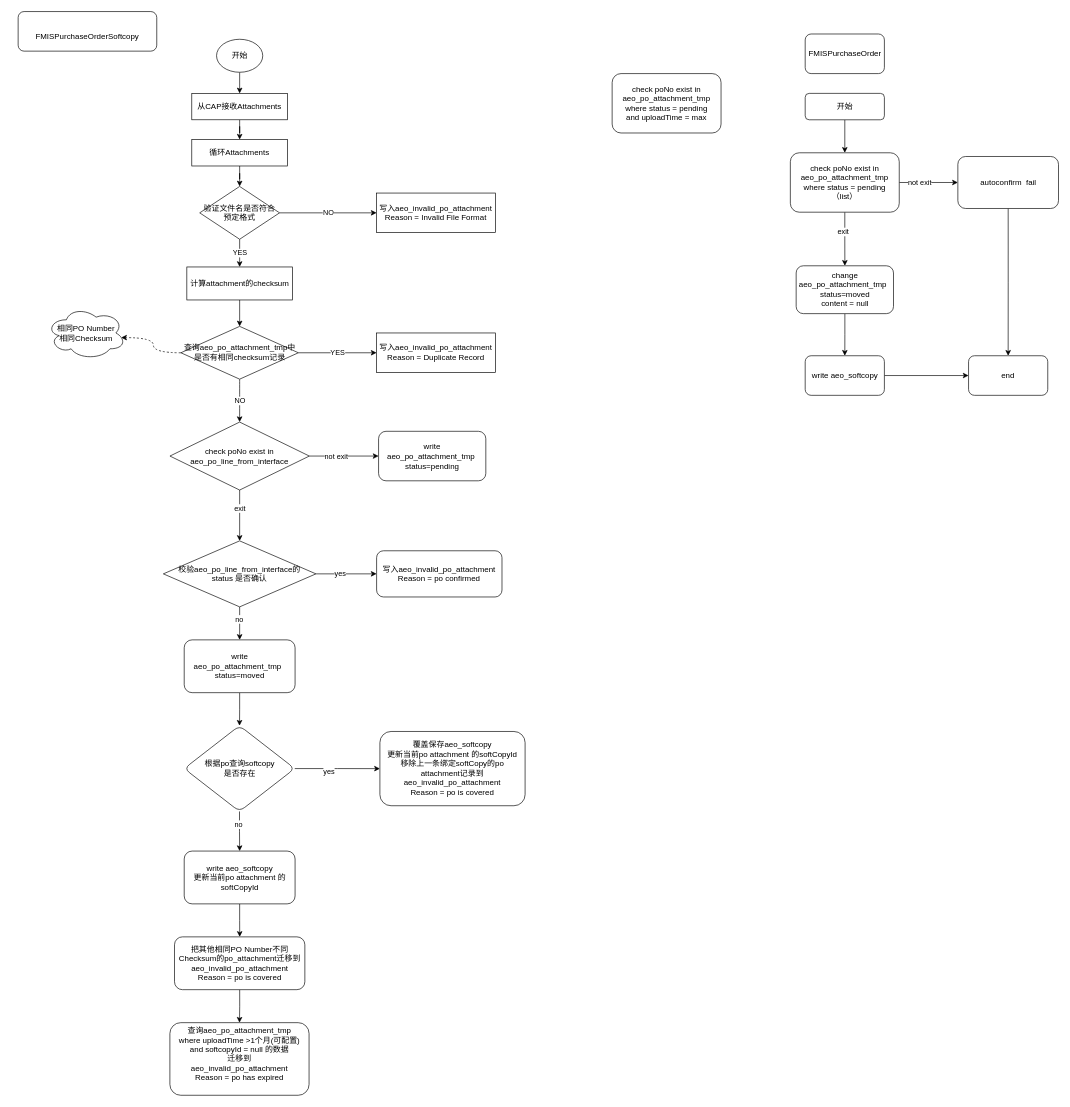
The draw.io diagram po_atta.drawio in 1119132473/doc, before the edit. Source tidied: cells renumbered, new cells numbered last; positions are measured from the earlier drawing's top-left corner, leaving out a move shared by most shapes. Both pictures are drawn from the tidied source at 66%, with x=0, y=0 at pixel (18, 11).
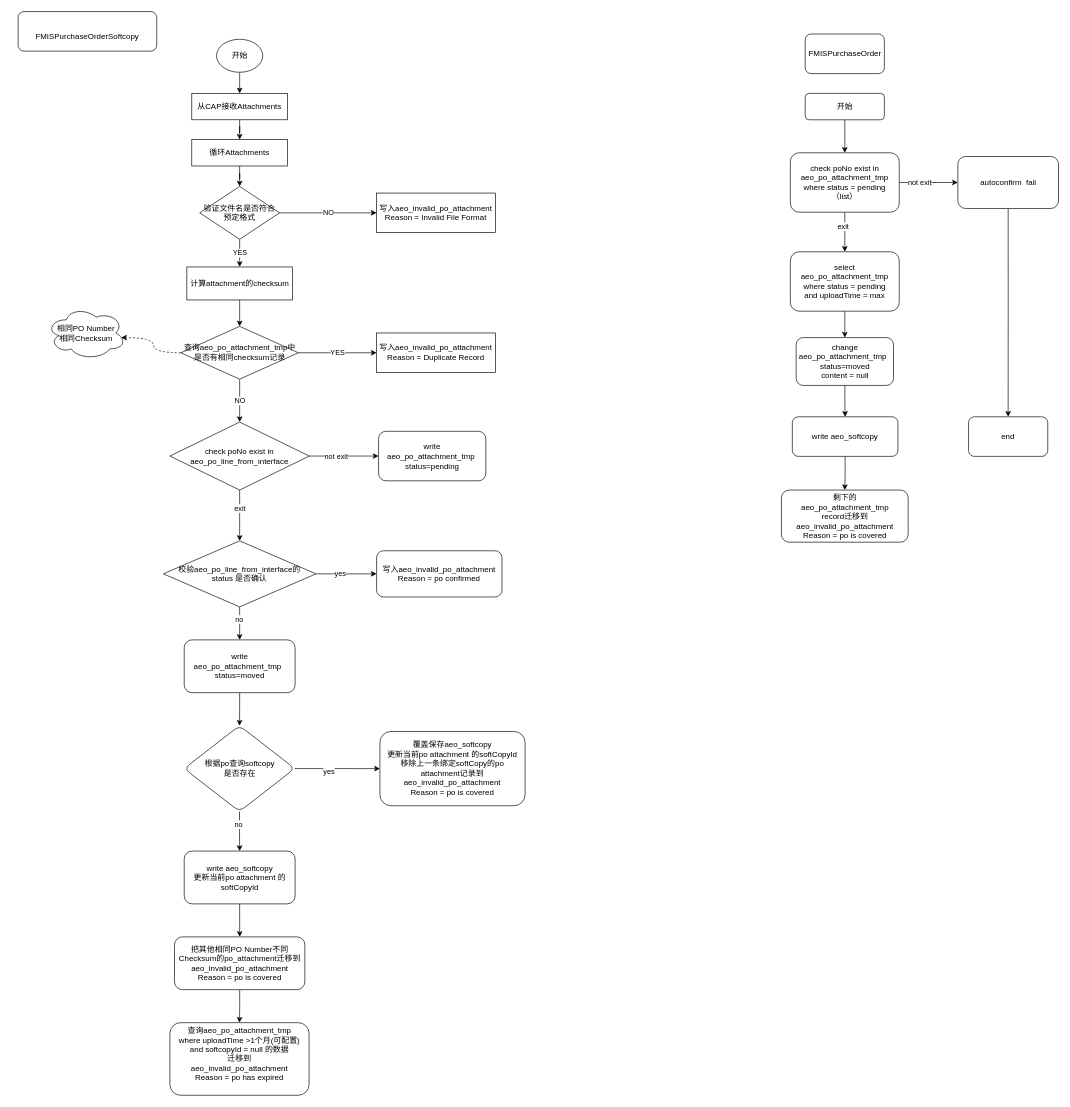
After the change.

Unchanged cells that the change refers to:
```xml
<mxCell id="9" value="&lt;div&gt;check poNo exist in aeo_po_attachment_tmp&lt;/div&gt;&lt;div&gt;where status = pending&lt;/div&gt;&lt;div&gt;（list）&lt;br&gt;&lt;/div&gt;" style="rounded=1;whiteSpace=wrap;html=1;" parent="1" vertex="1">
  <mxGeometry x="1170" y="214" width="165" height="90" as="geometry" />
</mxCell>
```

Change to the diagram source:
```diff
@@
-    <mxCell id="7" style="edgeStyle=orthogonalEdgeStyle;rounded=0;jettySize=auto;html=1;" parent="1" edge="1" source="9" target="13">
+    <mxCell id="7" style="edgeStyle=orthogonalEdgeStyle;rounded=0;jettySize=auto;html=1;entryX=0.5;entryY=0;entryDx=0;entryDy=0;" parent="1" edge="1" source="9" target="59">
       <mxGeometry relative="1" as="geometry" />
     </mxCell>
@@
     <mxCell id="13" value="&lt;div&gt;change aeo_po_attachment_tmp&amp;nbsp;&amp;nbsp; status=moved&lt;/div&gt;&lt;div&gt;content = null&lt;br&gt;&lt;/div&gt;" style="whiteSpace=wrap;html=1;rounded=1;" parent="1" vertex="1">
-      <mxGeometry x="1178.8" y="385.2" width="147.5" height="72.5" as="geometry" />
+      <mxGeometry x="1178.8" y="494" width="147.5" height="72.5" as="geometry" />
     </mxCell>
-    <mxCell id="14" style="edgeStyle=orthogonalEdgeStyle;rounded=0;jettySize=auto;html=1;exitX=1;exitY=0.5;exitDx=0;exitDy=0;entryX=0;entryY=0.5;entryDx=0;entryDy=0;" parent="1" edge="1" source="15" target="16">
-      <mxGeometry relative="1" as="geometry" />
-    </mxCell>
+    <mxCell id="62" style="edgeStyle=orthogonalEdgeStyle;rounded=0;jettySize=auto;html=1;" parent="1" edge="1" source="15" target="64">
+      <mxGeometry relative="1" as="geometry" />
+    </mxCell>
     <mxCell id="15" value="write aeo_softcopy" style="rounded=1;whiteSpace=wrap;html=1;" parent="1" vertex="1">
-      <mxGeometry x="1192.5" y="521.5" width="120" height="60" as="geometry" />
+      <mxGeometry x="1173" y="614" width="160" height="60" as="geometry" />
     </mxCell>
     <mxCell id="16" value="end" style="rounded=1;whiteSpace=wrap;html=1;" parent="1" vertex="1">
-      <mxGeometry x="1440" y="521.5" width="120" height="60" as="geometry" />
+      <mxGeometry x="1440" y="614" width="120" height="60" as="geometry" />
     </mxCell>
@@
+    <mxCell id="63" style="edgeStyle=orthogonalEdgeStyle;rounded=0;jettySize=auto;html=1;exitX=0.5;exitY=1;exitDx=0;exitDy=0;entryX=0.5;entryY=0;entryDx=0;entryDy=0;" parent="1" edge="1" source="59" target="13">
+      <mxGeometry relative="1" as="geometry" />
+    </mxCell>
-    <mxCell id="59" value="&lt;div&gt;check poNo exist in aeo_po_attachment_tmp&lt;/div&gt;&lt;div&gt;where status = pending&lt;/div&gt;&lt;div&gt;and uploadTime = max&lt;br&gt;&lt;/div&gt;" style="rounded=1;whiteSpace=wrap;html=1;" parent="1" vertex="1">
-      <mxGeometry x="900" y="94" width="165" height="90" as="geometry" />
+    <mxCell id="59" value="&lt;div&gt;select aeo_po_attachment_tmp&lt;/div&gt;&lt;div&gt;where status = pending&lt;/div&gt;&lt;div&gt;and uploadTime = max&lt;br&gt;&lt;/div&gt;" style="rounded=1;whiteSpace=wrap;html=1;" parent="1" vertex="1">
+      <mxGeometry x="1170" y="364" width="165" height="90" as="geometry" />
     </mxCell>
@@
+    <mxCell id="64" value="&lt;div&gt;剩下的&lt;/div&gt;&lt;div&gt;aeo_po_attachment_tmp&lt;/div&gt;&lt;div&gt;record迁移到aeo_invalid_po_attachment&lt;br&gt;Reason = &lt;span class=&quot;HwtZe&quot; lang=&quot;en&quot;&gt;&lt;span class=&quot;jCAhz ChMk0b&quot;&gt;&lt;span class=&quot;ryNqvb&quot;&gt;po is covered&lt;/span&gt;&lt;/span&gt;&lt;/span&gt;&lt;/div&gt;" style="whiteSpace=wrap;html=1;rounded=1;" parent="1" vertex="1">
+      <mxGeometry x="1156.5" y="725" width="192" height="79" as="geometry" />
+    </mxCell>
```
